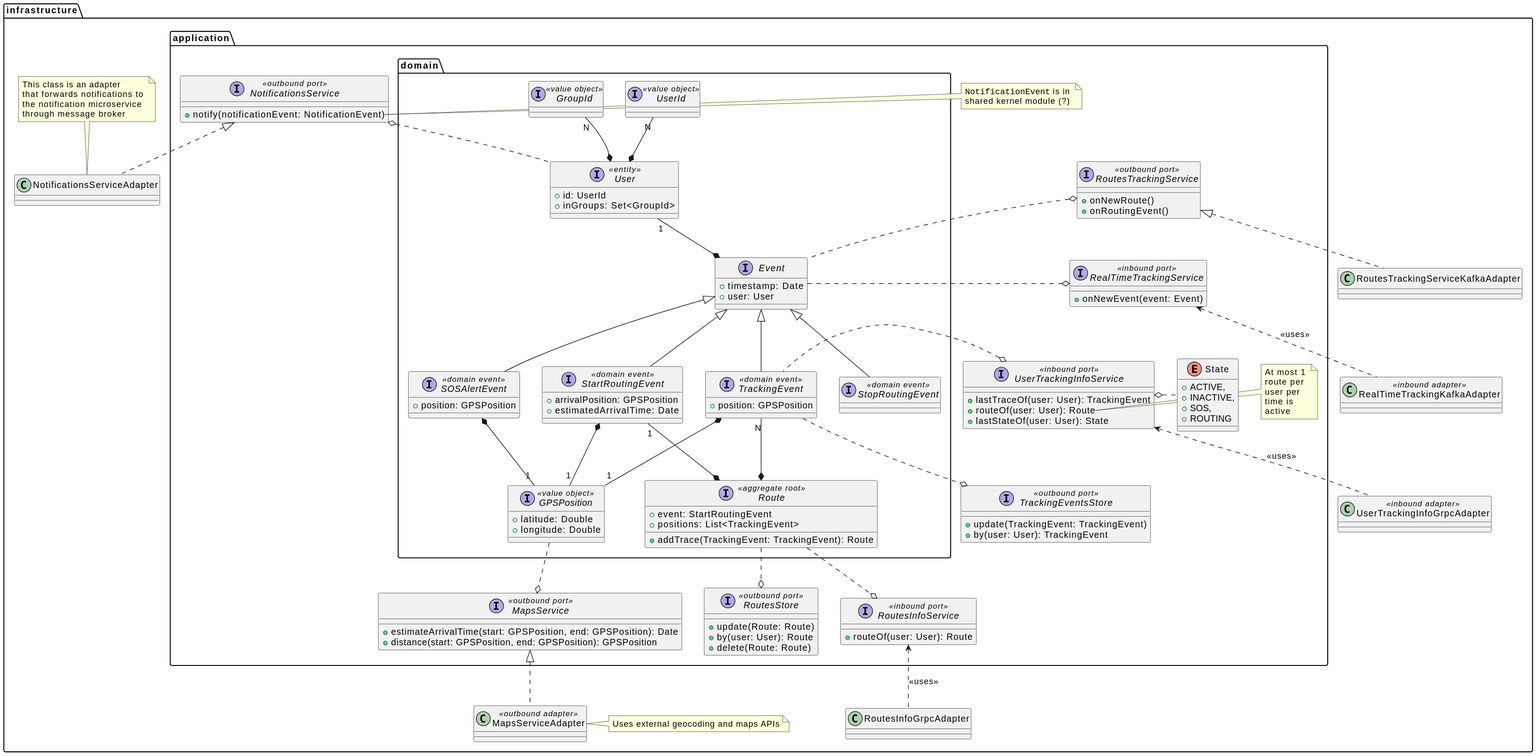
This is res/location-service-structure.svg from position-pal/position-pal.github.io, a PlantUML export, as it was before one commit.
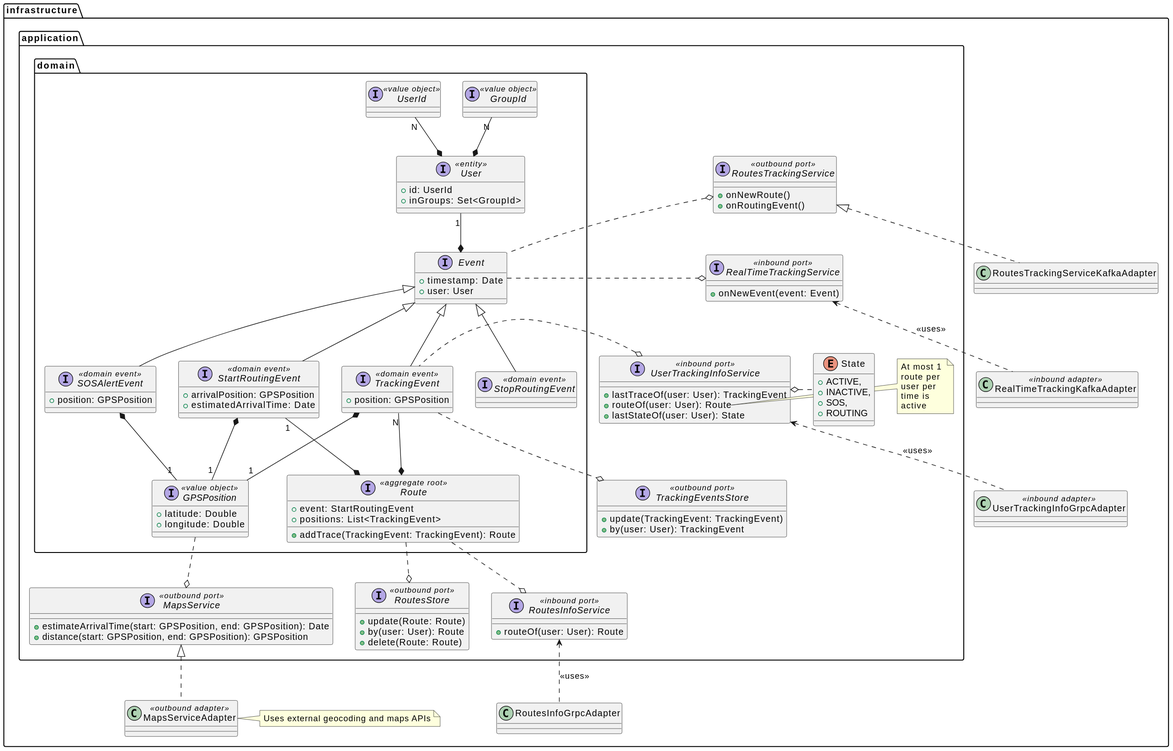
After the commit.

Commit message:
Deploying to main from @ position-pal/Documentation@95a068c09eee92ce2a75b3b45c54d7dd7fa94e62 🚀

The edit, as a diff of the source:
```diff
@@ -71,16 +71,6 @@
 
         RoutesStore o.up. Route
 
-        interface NotificationsService <<outbound port>> {
-            + notify(notificationEvent: NotificationEvent)
-        }
-        note right of NotificationsService::notify
-            ""NotificationEvent"" is in
-            shared kernel module (?)
-        end note
-
-        User .up.o NotificationsService
-
         interface MapsService <<outbound port>> {
             + estimateArrivalTime(start: GPSPosition, end: GPSPosition): Date
             + distance(start: GPSPosition, end: GPSPosition): GPSPosition
@@ -127,14 +117,6 @@
         RealTimeTrackingService o.l. Event
     }
 
-    class NotificationsServiceAdapter implements application.NotificationsService
-    note top of NotificationsServiceAdapter
-        This class is an adapter
-        that forwards notifications to
-        the notification microservice
-        through message broker
-    end note
-
     class MapsServiceAdapter <<outbound adapter>> implements application.MapsService
     note right of MapsServiceAdapter
         Uses external geocoding and maps APIs
```
